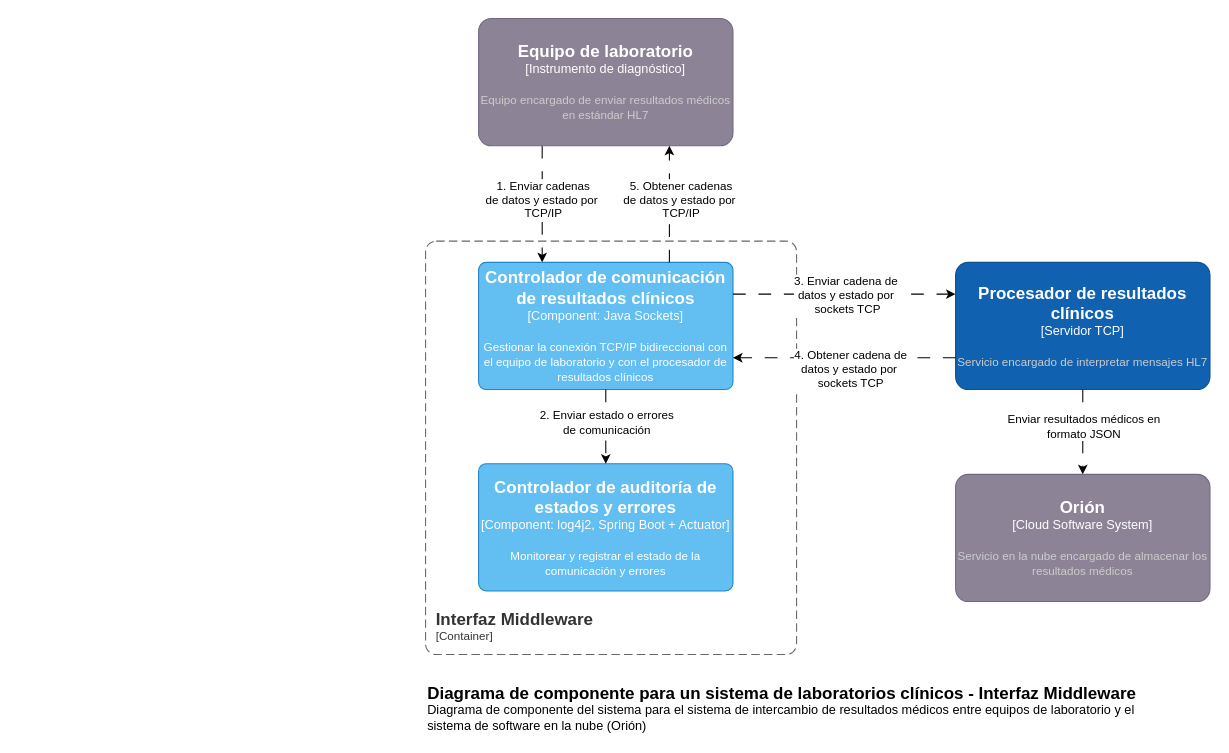
Earlier version of the draw.io diagram page "Componente-INTERFAZ" (3 of 4) of Diagramas/TIC.drawio (GiulianAlbuja/TIC). Source tidied: cells renumbered, new cells numbered last; positions are measured from the earlier drawing's top-left corner, leaving out a move shared by most shapes. Both pictures are drawn from the tidied source at 106%, with x=0, y=0 at pixel (425, 18).
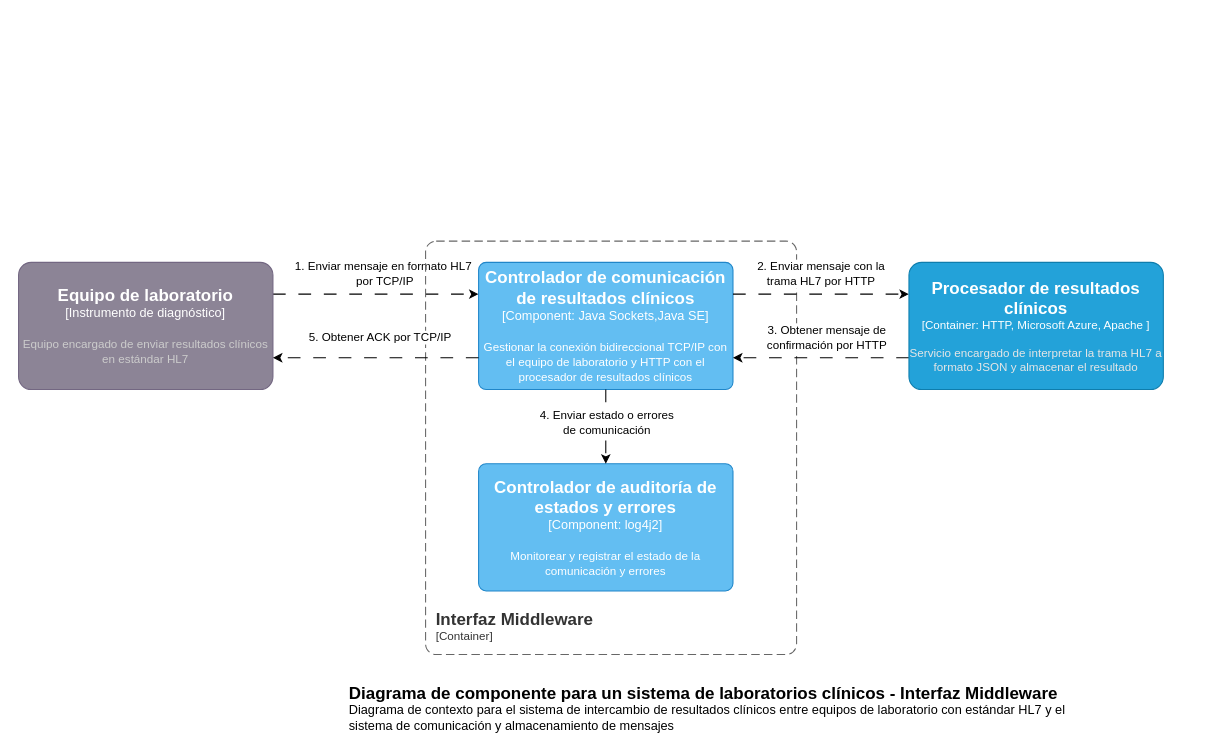
After the change.

Unchanged cells that the change refers to:
```xml
<mxCell id="14" style="edgeStyle=orthogonalEdgeStyle;rounded=0;jettySize=auto;html=1;entryX=0.5;entryY=0;entryDx=0;entryDy=0;entryPerimeter=0;dashed=1;dashPattern=12 12;" parent="1" edge="1" source="9" target="8">
  <mxGeometry relative="1" as="geometry" />
</mxCell>
```

The edit, as a diff of the source:
```diff
@@
-    <object id="2" label="&lt;font style=&quot;font-size: 16px&quot;&gt;&lt;b&gt;%c4Name%&lt;/b&gt;&lt;/font&gt;&lt;div&gt;[%c4Type%]&lt;/div&gt;&lt;br&gt;&lt;div&gt;&lt;font style=&quot;font-size: 11px&quot;&gt;&lt;font color=&quot;#cccccc&quot;&gt;%c4Description%&lt;/font&gt;&lt;/div&gt;" c4Description="Servicio encargado de interpretar mensajes HL7" c4Name="Procesador de resultados clínicos" c4Type="Servidor TCP" placeholders="1">
-      <mxCell style="rounded=1;whiteSpace=wrap;html=1;labelBackgroundColor=none;fillColor=#1061B0;fontColor=#ffffff;align=center;arcSize=10;strokeColor=#0D5091;points=[[0.25,0,0],[0.5,0,0],[0.75,0,0],[1,0.25,0],[1,0.5,0],[1,0.75,0],[0.75,1,0],[0.5,1,0],[0.25,1,0],[0,0.75,0],[0,0.5,0],[0,0.25,0]];" parent="1" vertex="1">
-        <mxGeometry x="500" y="230" width="240" height="120" as="geometry" />
-      </mxCell>
-    </object>
-    <mxCell id="3" style="edgeStyle=orthogonalEdgeStyle;rounded=0;jettySize=auto;html=1;startArrow=none;startFill=0;dashed=1;dashPattern=12 12;exitX=0.25;exitY=1;exitDx=0;exitDy=0;exitPerimeter=0;entryX=0.25;entryY=0;entryDx=0;entryDy=0;entryPerimeter=0;" parent="1" edge="1" source="5" target="9">
+    <mxCell id="3" style="edgeStyle=orthogonalEdgeStyle;rounded=0;jettySize=auto;html=1;startArrow=none;startFill=0;dashed=1;dashPattern=12 12;exitX=1;exitY=0.25;exitDx=0;exitDy=0;exitPerimeter=0;entryX=0;entryY=0.25;entryDx=0;entryDy=0;entryPerimeter=0;" parent="1" edge="1" source="5" target="9">
       <mxGeometry relative="1" as="geometry" />
     </mxCell>
-    <mxCell id="4" value="1. Enviar cadenas&lt;div&gt;de datos y estado por&amp;nbsp;&lt;div&gt;TCP/IP&lt;/div&gt;&lt;/div&gt;" style="edgeLabel;html=1;align=center;verticalAlign=middle;" parent="3" vertex="1">
+    <mxCell id="4" value="1. Enviar mensaje en formato HL7&lt;div&gt;&amp;nbsp;por TCP/IP&lt;/div&gt;" style="edgeLabel;html=1;align=center;verticalAlign=middle;" parent="3" vertex="1">
       <mxGeometry x="-0.38" y="1" relative="1" as="geometry">
-        <mxPoint x="-1" y="16" as="offset" />
+        <mxPoint x="43" y="-19" as="offset" />
       </mxGeometry>
     </mxCell>
-    <object id="5" label="&lt;font style=&quot;font-size: 16px&quot;&gt;&lt;b&gt;%c4Name%&lt;/b&gt;&lt;/font&gt;&lt;div&gt;[%c4Type%]&lt;/div&gt;&lt;br&gt;&lt;div&gt;&lt;font style=&quot;font-size: 11px&quot;&gt;&lt;font color=&quot;#cccccc&quot;&gt;%c4Description%&lt;/font&gt;&lt;/div&gt;" c4Description="Equipo encargado de enviar resultados médicos en estándar HL7" c4Name="Equipo de laboratorio" c4Type="Instrumento de diagnóstico" placeholders="1">
+    <object id="5" label="&lt;font style=&quot;font-size: 16px&quot;&gt;&lt;b&gt;%c4Name%&lt;/b&gt;&lt;/font&gt;&lt;div&gt;[%c4Type%]&lt;/div&gt;&lt;br&gt;&lt;div&gt;&lt;font style=&quot;font-size: 11px&quot;&gt;&lt;font color=&quot;#cccccc&quot;&gt;%c4Description%&lt;/font&gt;&lt;/div&gt;" c4Description="Equipo encargado de enviar resultados clínicos en estándar HL7" c4Name="Equipo de laboratorio" c4Type="Instrumento de diagnóstico" placeholders="1">
       <mxCell style="rounded=1;whiteSpace=wrap;html=1;labelBackgroundColor=none;fillColor=#8C8496;fontColor=#ffffff;align=center;arcSize=10;strokeColor=#736782;points=[[0.25,0,0],[0.5,0,0],[0.75,0,0],[1,0.25,0],[1,0.5,0],[1,0.75,0],[0.75,1,0],[0.5,1,0],[0.25,1,0],[0,0.75,0],[0,0.5,0],[0,0.25,0]];" parent="1" vertex="1">
-        <mxGeometry x="50" width="240" height="120" as="geometry" />
+        <mxGeometry x="-384" y="230" width="240" height="120" as="geometry" />
       </mxCell>
     </object>
-    <object id="6" label="&lt;font style=&quot;font-size: 16px&quot;&gt;&lt;b&gt;%c4Name%&lt;/b&gt;&lt;/font&gt;&lt;div&gt;[%c4Type%]&lt;/div&gt;&lt;br&gt;&lt;div&gt;&lt;font style=&quot;font-size: 11px&quot;&gt;&lt;font color=&quot;#cccccc&quot;&gt;%c4Description%&lt;/font&gt;&lt;/div&gt;" c4Description="Servicio en la nube encargado de almacenar los resultados médicos" c4Name="Orión" c4Type="Cloud Software System" placeholders="1">
-      <mxCell style="rounded=1;whiteSpace=wrap;html=1;labelBackgroundColor=none;fillColor=#8C8496;fontColor=#ffffff;align=center;arcSize=10;strokeColor=#736782;points=[[0.25,0,0],[0.5,0,0],[0.75,0,0],[1,0.25,0],[1,0.5,0],[1,0.75,0],[0.75,1,0],[0.5,1,0],[0.25,1,0],[0,0.75,0],[0,0.5,0],[0,0.25,0]];" parent="1" vertex="1">
-        <mxGeometry x="500" y="430" width="240" height="120" as="geometry" />
-      </mxCell>
-    </object>
@@
-    <object id="8" label="&lt;font style=&quot;font-size: 16px&quot;&gt;&lt;b&gt;%c4Name%&lt;/b&gt;&lt;/font&gt;&lt;div&gt;[%c4Type%: %c4Technology%]&lt;/div&gt;&lt;br&gt;&lt;div&gt;&lt;font style=&quot;font-size: 11px&quot;&gt;%c4Description%&lt;/font&gt;&lt;/div&gt;" c4Description="Monitorear y registrar el estado de la comunicación y errores" c4Name="Controlador de auditoría de estados y errores" c4Technology="log4j2, Spring Boot + Actuator" c4Type="Component" placeholders="1">
+    <object id="8" label="&lt;font style=&quot;font-size: 16px&quot;&gt;&lt;b&gt;%c4Name%&lt;/b&gt;&lt;/font&gt;&lt;div&gt;[%c4Type%: %c4Technology%]&lt;/div&gt;&lt;br&gt;&lt;div&gt;&lt;font style=&quot;font-size: 11px&quot;&gt;%c4Description%&lt;/font&gt;&lt;/div&gt;" c4Description="Monitorear y registrar el estado de la comunicación y errores" c4Name="Controlador de auditoría de estados y errores" c4Technology="log4j2" c4Type="Component" placeholders="1">
       <mxCell style="rounded=1;whiteSpace=wrap;html=1;labelBackgroundColor=none;fillColor=#63BEF2;fontColor=#ffffff;align=center;arcSize=6;strokeColor=#2086C9;points=[[0.25,0,0],[0.5,0,0],[0.75,0,0],[1,0.25,0],[1,0.5,0],[1,0.75,0],[0.75,1,0],[0.5,1,0],[0.25,1,0],[0,0.75,0],[0,0.5,0],[0,0.25,0]];" parent="1" vertex="1">
         <mxGeometry x="50" y="420" width="240" height="120" as="geometry" />
       </mxCell>
     </object>
-    <object id="9" label="&lt;font style=&quot;font-size: 16px&quot;&gt;&lt;b&gt;%c4Name%&lt;/b&gt;&lt;/font&gt;&lt;div&gt;[%c4Type%: %c4Technology%]&lt;/div&gt;&lt;br&gt;&lt;div&gt;&lt;font style=&quot;font-size: 11px&quot;&gt;%c4Description%&lt;/font&gt;&lt;/div&gt;" c4Description="Gestionar la conexión TCP/IP bidireccional con el equipo de laboratorio y con el procesador de resultados clínicos" c4Name="Controlador de comunicación de resultados clínicos" c4Technology="Java Sockets" c4Type="Component" placeholders="1">
+    <object id="9" label="&lt;font style=&quot;font-size: 16px&quot;&gt;&lt;b&gt;%c4Name%&lt;/b&gt;&lt;/font&gt;&lt;div&gt;[%c4Type%: %c4Technology%]&lt;/div&gt;&lt;br&gt;&lt;div&gt;&lt;font style=&quot;font-size: 11px&quot;&gt;%c4Description%&lt;/font&gt;&lt;/div&gt;" c4Description="Gestionar la conexión bidireccional TCP/IP con el equipo de laboratorio y HTTP con el procesador de resultados clínicos" c4Name="Controlador de comunicación de resultados clínicos" c4Technology="Java Sockets,Java SE" c4Type="Component" placeholders="1">
       <mxCell style="rounded=1;whiteSpace=wrap;html=1;labelBackgroundColor=none;fillColor=#63BEF2;fontColor=#ffffff;align=center;arcSize=6;strokeColor=#2086C9;points=[[0.25,0,0],[0.5,0,0],[0.75,0,0],[1,0.25,0],[1,0.5,0],[1,0.75,0],[0.75,1,0],[0.5,1,0],[0.25,1,0],[0,0.75,0],[0,0.5,0],[0,0.25,0]];" parent="1" vertex="1">
         <mxGeometry x="50" y="230" width="240" height="120" as="geometry" />
       </mxCell>
     </object>
-    <mxCell id="10" style="edgeStyle=orthogonalEdgeStyle;rounded=0;jettySize=auto;html=1;entryX=0;entryY=0.25;entryDx=0;entryDy=0;entryPerimeter=0;startArrow=none;startFill=0;dashed=1;dashPattern=12 12;exitX=1;exitY=0.25;exitDx=0;exitDy=0;exitPerimeter=0;" parent="1" edge="1" source="9" target="2">
+    <mxCell id="10" style="edgeStyle=orthogonalEdgeStyle;rounded=0;jettySize=auto;html=1;entryX=0;entryY=0.25;entryDx=0;entryDy=0;entryPerimeter=0;startArrow=none;startFill=0;dashed=1;dashPattern=12 12;exitX=1;exitY=0.25;exitDx=0;exitDy=0;exitPerimeter=0;" parent="1" edge="1" source="9" target="21">
       <mxGeometry relative="1" as="geometry" />
     </mxCell>
-    <mxCell id="11" value="3. Enviar cadena de&amp;nbsp;&lt;div&gt;datos y estado por&amp;nbsp;&lt;div&gt;sockets TCP&lt;/div&gt;&lt;/div&gt;" style="edgeLabel;html=1;align=center;verticalAlign=middle;" parent="10" vertex="1">
+    <mxCell id="11" value="2. Enviar mensaje con la&lt;div&gt;trama HL7 por HTTP&lt;/div&gt;" style="edgeLabel;html=1;align=center;verticalAlign=middle;" parent="10" vertex="1">
       <mxGeometry x="0.13" relative="1" as="geometry">
-        <mxPoint x="-12" as="offset" />
+        <mxPoint x="-12" y="-20" as="offset" />
       </mxGeometry>
     </mxCell>
-    <mxCell id="12" style="edgeStyle=orthogonalEdgeStyle;rounded=0;jettySize=auto;html=1;entryX=0.5;entryY=0;entryDx=0;entryDy=0;entryPerimeter=0;dashed=1;dashPattern=12 12;" parent="1" edge="1" source="2" target="6">
-      <mxGeometry relative="1" as="geometry" />
-    </mxCell>
-    <mxCell id="13" value="Enviar resultados médicos en&lt;div&gt;formato JSON&lt;/div&gt;" style="edgeLabel;html=1;align=center;verticalAlign=middle;" parent="12" vertex="1">
-      <mxGeometry x="-0.16" y="-2" relative="1" as="geometry">
-        <mxPoint x="2" as="offset" />
-      </mxGeometry>
-    </mxCell>
@@
-    <mxCell id="15" value="2. Enviar estado o errores&lt;div&gt;de comunicación&lt;/div&gt;" style="edgeLabel;html=1;align=center;verticalAlign=middle;" parent="14" vertex="1">
+    <mxCell id="15" value="4. Enviar estado o errores&lt;div&gt;de comunicación&lt;/div&gt;" style="edgeLabel;html=1;align=center;verticalAlign=middle;" parent="14" vertex="1">
       <mxGeometry x="-0.17" y="2" relative="1" as="geometry">
         <mxPoint x="-2" y="1" as="offset" />
       </mxGeometry>
     </mxCell>
-    <object id="16" label="&lt;font style=&quot;font-size: 16px&quot;&gt;&lt;b&gt;&lt;div style=&quot;text-align: left&quot;&gt;%c4Name%&lt;/div&gt;&lt;/b&gt;&lt;/font&gt;&lt;div style=&quot;text-align: left&quot;&gt;%c4Description%&lt;/div&gt;" c4Description="Diagrama de componente del sistema para el sistema de intercambio de resultados médicos entre equipos de laboratorio y el sistema de software en la nube (Orión)" c4Name="Diagrama de componente para un sistema de laboratorios clínicos - Interfaz Middleware" placeholders="1">
+    <object id="16" label="&lt;font style=&quot;font-size: 16px&quot;&gt;&lt;b&gt;&lt;div style=&quot;text-align: left&quot;&gt;%c4Name%&lt;/div&gt;&lt;/b&gt;&lt;/font&gt;&lt;div style=&quot;text-align: left&quot;&gt;%c4Description%&lt;/div&gt;" c4Description="Diagrama de contexto para el sistema de intercambio de resultados clínicos entre equipos de laboratorio con estándar HL7  y el sistema de comunicación y almacenamiento de mensajes" c4Name="Diagrama de componente para un sistema de laboratorios clínicos - Interfaz Middleware" placeholders="1">
       <mxCell style="text;html=1;strokeColor=none;fillColor=none;align=left;verticalAlign=top;whiteSpace=wrap;rounded=0;" parent="1" vertex="1">
-        <mxGeometry y="620" width="710" height="40" as="geometry" />
+        <mxGeometry x="-74" y="620" width="710" height="40" as="geometry" />
       </mxCell>
     </object>
-    <mxCell id="17" style="edgeStyle=orthogonalEdgeStyle;rounded=0;jettySize=auto;html=1;exitX=0.75;exitY=0;exitDx=0;exitDy=0;exitPerimeter=0;entryX=0.75;entryY=1;entryDx=0;entryDy=0;entryPerimeter=0;dashed=1;dashPattern=12 12;" parent="1" edge="1" source="9" target="5">
+    <mxCell id="17" style="edgeStyle=orthogonalEdgeStyle;rounded=0;jettySize=auto;html=1;exitX=0;exitY=0.75;exitDx=0;exitDy=0;exitPerimeter=0;entryX=1;entryY=0.75;entryDx=0;entryDy=0;entryPerimeter=0;dashed=1;dashPattern=12 12;" parent="1" edge="1" source="9" target="5">
       <mxGeometry relative="1" as="geometry" />
     </mxCell>
-    <mxCell id="18" value="5. Obtener cadenas&lt;div&gt;de datos y estado por&amp;nbsp;&lt;div&gt;TCP/IP&lt;/div&gt;&lt;/div&gt;" style="edgeLabel;html=1;align=center;verticalAlign=middle;" parent="17" vertex="1">
+    <mxCell id="18" value="5. Obtener ACK&amp;nbsp;por TCP/IP" style="edgeLabel;html=1;align=center;verticalAlign=middle;" parent="17" vertex="1">
       <mxGeometry x="-0.03" y="-2" relative="1" as="geometry">
-        <mxPoint x="8" y="-7" as="offset" />
+        <mxPoint y="-18" as="offset" />
       </mxGeometry>
     </mxCell>
-    <mxCell id="19" style="edgeStyle=orthogonalEdgeStyle;rounded=0;jettySize=auto;html=1;exitX=0;exitY=0.75;exitDx=0;exitDy=0;exitPerimeter=0;entryX=1;entryY=0.75;entryDx=0;entryDy=0;entryPerimeter=0;dashed=1;dashPattern=12 12;" parent="1" edge="1" source="2" target="9">
+    <mxCell id="19" style="edgeStyle=orthogonalEdgeStyle;rounded=0;jettySize=auto;html=1;exitX=0;exitY=0.75;exitDx=0;exitDy=0;exitPerimeter=0;entryX=1;entryY=0.75;entryDx=0;entryDy=0;entryPerimeter=0;dashed=1;dashPattern=12 12;" parent="1" edge="1" source="21" target="9">
       <mxGeometry relative="1" as="geometry" />
     </mxCell>
-    <mxCell id="20" value="4. Obtener cadena de&lt;div&gt;datos y estado por&amp;nbsp;&lt;div&gt;sockets TCP&lt;/div&gt;&lt;/div&gt;" style="edgeLabel;html=1;align=center;verticalAlign=middle;" parent="19" vertex="1">
+    <mxCell id="20" value="3. Obtener mensaje de&amp;nbsp;&lt;div&gt;confirmación por HTTP&amp;nbsp;&lt;/div&gt;" style="edgeLabel;html=1;align=center;verticalAlign=middle;" parent="19" vertex="1">
       <mxGeometry x="0.03" y="1" relative="1" as="geometry">
-        <mxPoint x="8" y="9" as="offset" />
+        <mxPoint x="8" y="-21" as="offset" />
       </mxGeometry>
     </mxCell>
+    <object id="21" label="&lt;font style=&quot;font-size: 16px&quot;&gt;&lt;b&gt;%c4Name%&lt;/b&gt;&lt;/font&gt;&lt;div&gt;[%c4Type%: %c4Technology%]&lt;/div&gt;&lt;br&gt;&lt;div&gt;&lt;font style=&quot;font-size: 11px&quot;&gt;&lt;font color=&quot;#E6E6E6&quot;&gt;%c4Description%&lt;/font&gt;&lt;/div&gt;" c4Description="Servicio encargado de interpretar la trama HL7 a formato JSON y almacenar el resultado" c4Name="Procesador de resultados clínicos" c4Technology="HTTP, Microsoft Azure, Apache " c4Type="Container" placeholders="1">
+      <mxCell style="rounded=1;whiteSpace=wrap;html=1;fontSize=11;labelBackgroundColor=none;fillColor=#23A2D9;fontColor=#ffffff;align=center;arcSize=10;strokeColor=#0E7DAD;points=[[0.25,0,0],[0.5,0,0],[0.75,0,0],[1,0.25,0],[1,0.5,0],[1,0.75,0],[0.75,1,0],[0.5,1,0],[0.25,1,0],[0,0.75,0],[0,0.5,0],[0,0.25,0]];" parent="1" vertex="1">
+        <mxGeometry x="456" y="230" width="240" height="120" as="geometry" />
+      </mxCell>
+    </object>
```
